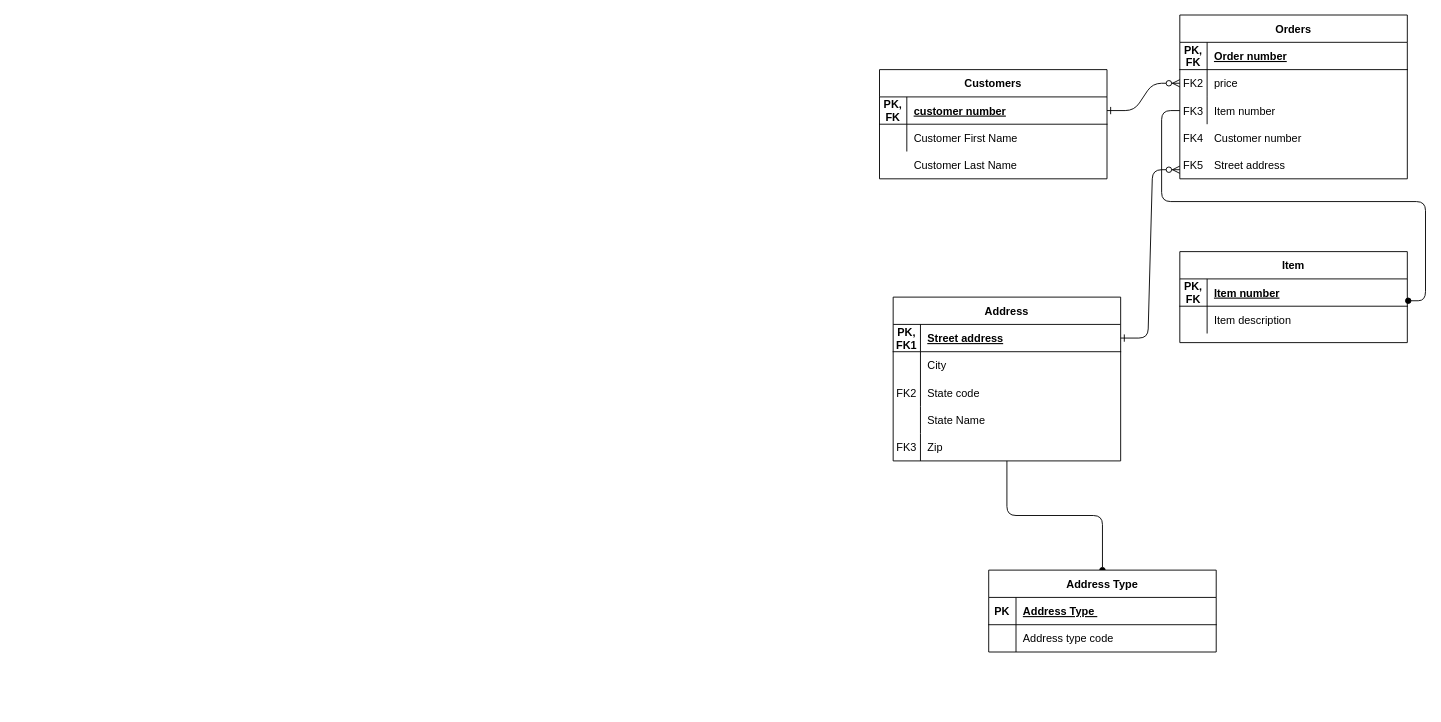
Earlier version of the draw.io diagram Untitled Diagram.drawio (xyangwu22/msba2). Source tidied: cells renumbered, new cells numbered last; positions are measured from the earlier drawing's top-left corner, leaving out a move shared by most shapes. Both pictures are drawn from the tidied source at 91%, with x=0, y=0 at pixel (879, 15).
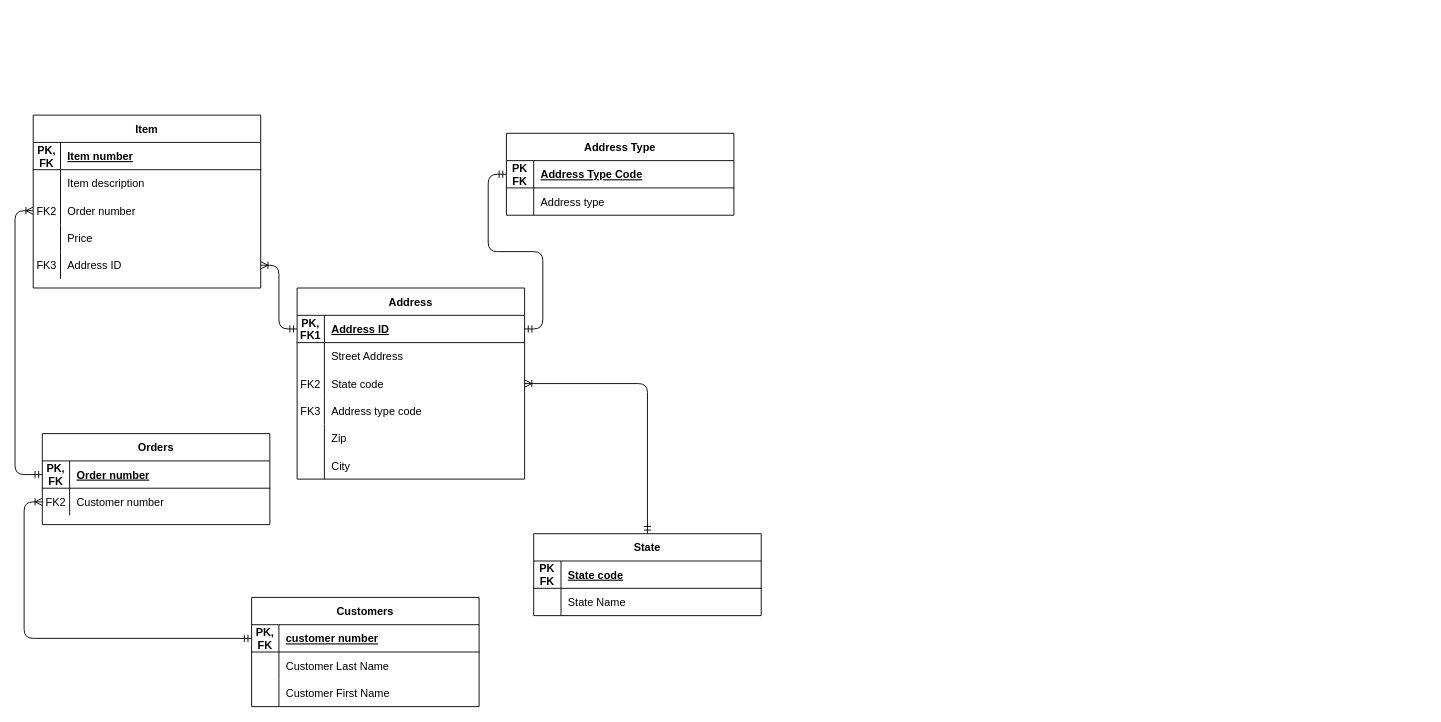
The same page after the edit.

Unchanged cells that the change refers to:
```xml
<mxCell id="4" style="shape=partialRectangle;fillColor=none;points=[[0,0.5],[1,0.5]];portConstraint=eastwest;top=0;left=0;right=0;bottom=1;" parent="3" vertex="1">
  <mxGeometry y="30" width="250" height="30" as="geometry" />
</mxCell>
<mxCell id="15" style="shape=partialRectangle;fillColor=none;points=[[0,0.5],[1,0.5]];portConstraint=eastwest;top=0;left=0;right=0;bottom=1;" parent="14" vertex="1">
  <mxGeometry y="30" width="250" height="30" as="geometry" />
</mxCell>
<mxCell id="18" style="shape=partialRectangle;fillColor=none;top=0;left=0;right=0;bottom=0;" parent="14" vertex="1">
  <mxGeometry y="60" width="250" height="30" as="geometry" />
</mxCell>
<mxCell id="21" style="shape=partialRectangle;fillColor=none;points=[[0,0.5],[1,0.5]];portConstraint=eastwest;top=0;left=0;right=0;bottom=0;" parent="14" vertex="1">
  <mxGeometry y="90" width="250" height="30" as="geometry" />
</mxCell>
<mxCell id="24" style="shape=partialRectangle;fillColor=none;top=0;left=0;right=0;bottom=0;" parent="14" vertex="1">
  <mxGeometry y="120" width="250" height="30" as="geometry" />
</mxCell>
<mxCell id="27" style="shape=partialRectangle;fillColor=none;top=0;left=0;right=0;bottom=0;" parent="14" vertex="1">
  <mxGeometry y="150" width="250" height="30" as="geometry" />
</mxCell>
<mxCell id="31" style="shape=partialRectangle;fillColor=none;points=[[0,0.5],[1,0.5]];portConstraint=eastwest;top=0;left=0;right=0;bottom=1;" parent="30" vertex="1">
  <mxGeometry y="30" width="250" height="30" as="geometry" />
</mxCell>
<mxCell id="34" style="shape=partialRectangle;fillColor=none;top=0;left=0;right=0;bottom=0;" parent="30" vertex="1">
  <mxGeometry y="60" width="250" height="30" as="geometry" />
</mxCell>
<mxCell id="44" style="shape=partialRectangle;fillColor=none;points=[[0,0.5],[1,0.5]];portConstraint=eastwest;top=0;left=0;right=0;bottom=1;" parent="43" vertex="1">
  <mxGeometry y="30" width="250" height="30" as="geometry" />
</mxCell>
<mxCell id="47" style="shape=partialRectangle;fillColor=none;top=0;left=0;right=0;bottom=0;" parent="43" vertex="1">
  <mxGeometry y="60" width="250" height="30" as="geometry" />
</mxCell>
<mxCell id="51" style="shape=partialRectangle;fillColor=none;points=[[0,0.5],[1,0.5]];portConstraint=eastwest;top=0;left=0;right=0;bottom=1;" parent="50" vertex="1">
  <mxGeometry y="30" width="250" height="30" as="geometry" />
</mxCell>
```

Change to the diagram source:
```diff
@@
-    <mxCell id="2" style="edgeStyle=entityRelationEdgeStyle;endArrow=ERzeroToMany;startArrow=ERone;endFill=1;startFill=0;" parent="1" edge="1" source="31" target="7">
-      <mxGeometry relative="1" as="geometry" />
-    </mxCell>
     <mxCell id="3" value="Orders" style="shape=table;startSize=30;childLayout=tableLayout;rowLines=0;fontStyle=1;align=center;" parent="1" vertex="1">
-      <mxGeometry x="330" width="250" height="180" as="geometry" />
+      <mxGeometry x="-920" y="460" width="250" height="100" as="geometry" />
     </mxCell>
@@
-    <mxCell id="7" style="shape=partialRectangle;fillColor=none;points=[[0,0.5],[1,0.5]];portConstraint=eastwest;top=0;left=0;right=0;bottom=0;" parent="3" vertex="1">
-      <mxGeometry y="60" width="250" height="30" as="geometry" />
-    </mxCell>
-    <mxCell id="8" value="FK2" style="shape=partialRectangle;overflow=hidden;fillColor=none;top=0;left=0;bottom=0;right=0;" parent="7" vertex="1">
-      <mxGeometry width="30" height="30" as="geometry" />
-    </mxCell>
-    <mxCell id="9" value="price" style="shape=partialRectangle;overflow=hidden;fillColor=none;top=0;left=0;bottom=0;right=0;align=left;spacingLeft=6;" parent="7" vertex="1">
-      <mxGeometry x="30" width="220" height="30" as="geometry" />
-    </mxCell>
     <mxCell id="10" style="shape=partialRectangle;fillColor=none;points=[[0,0.5],[1,0.5]];portConstraint=eastwest;top=0;left=0;right=0;bottom=0;" parent="3" vertex="1">
-      <mxGeometry y="90" width="250" height="30" as="geometry" />
+      <mxGeometry y="60" width="250" height="30" as="geometry" />
     </mxCell>
-    <mxCell id="11" value="FK3" style="shape=partialRectangle;overflow=hidden;fillColor=none;top=0;left=0;bottom=0;right=0;" parent="10" vertex="1">
+    <mxCell id="11" value="FK2" style="shape=partialRectangle;overflow=hidden;fillColor=none;top=0;left=0;bottom=0;right=0;" parent="10" vertex="1">
       <mxGeometry width="30" height="30" as="geometry" />
     </mxCell>
-    <mxCell id="12" value="Item number" style="shape=partialRectangle;overflow=hidden;fillColor=none;top=0;left=0;bottom=0;right=0;align=left;spacingLeft=6;" parent="10" vertex="1">
+    <mxCell id="12" value="Customer number" style="shape=partialRectangle;overflow=hidden;fillColor=none;top=0;left=0;bottom=0;right=0;align=left;spacingLeft=6;" parent="10" vertex="1">
       <mxGeometry x="30" width="220" height="30" as="geometry" />
     </mxCell>
-    <mxCell id="13" style="edgeStyle=orthogonalEdgeStyle;rounded=1;sketch=0;jettySize=auto;html=1;endArrow=oval;endFill=1;" parent="1" edge="1" source="14" target="43">
-      <mxGeometry relative="1" as="geometry" />
-    </mxCell>
     <mxCell id="14" value="Address" style="shape=table;startSize=30;childLayout=tableLayout;rowLines=0;fontStyle=1;align=center;" parent="1" vertex="1">
-      <mxGeometry x="15" y="310" width="250" height="180" as="geometry" />
+      <mxGeometry x="-640" y="300" width="250" height="210" as="geometry" />
     </mxCell>
@@
-    <mxCell id="17" value="Street address" style="shape=partialRectangle;overflow=hidden;fillColor=none;top=0;left=0;bottom=0;right=0;align=left;spacingLeft=6;fontStyle=5;" parent="15" vertex="1">
+    <mxCell id="17" value="Address ID" style="shape=partialRectangle;overflow=hidden;fillColor=none;top=0;left=0;bottom=0;right=0;align=left;spacingLeft=6;fontStyle=5;" parent="15" vertex="1">
       <mxGeometry x="30" width="220" height="30" as="geometry" />
     </mxCell>
@@
-    <mxCell id="20" value="City" style="shape=partialRectangle;overflow=hidden;fillColor=none;top=0;left=0;bottom=0;right=0;align=left;spacingLeft=6;" parent="18" vertex="1">
+    <mxCell id="20" value="Street Address" style="shape=partialRectangle;overflow=hidden;fillColor=none;top=0;left=0;bottom=0;right=0;align=left;spacingLeft=6;" parent="18" vertex="1">
       <mxGeometry x="30" width="220" height="30" as="geometry" />
     </mxCell>
@@
-    <mxCell id="25" style="shape=partialRectangle;overflow=hidden;fillColor=none;top=0;left=0;bottom=0;right=0;" parent="24" vertex="1">
+    <mxCell id="25" value="FK3" style="shape=partialRectangle;overflow=hidden;fillColor=none;top=0;left=0;bottom=0;right=0;" parent="24" vertex="1">
       <mxGeometry width="30" height="30" as="geometry" />
     </mxCell>
-    <mxCell id="26" value="State Name" style="shape=partialRectangle;overflow=hidden;fillColor=none;top=0;left=0;bottom=0;right=0;align=left;spacingLeft=6;" parent="24" vertex="1">
+    <mxCell id="26" value="Address type code" style="shape=partialRectangle;overflow=hidden;fillColor=none;top=0;left=0;bottom=0;right=0;align=left;spacingLeft=6;" parent="24" vertex="1">
       <mxGeometry x="30" width="220" height="30" as="geometry" />
     </mxCell>
@@
-    <mxCell id="28" value="FK3" style="shape=partialRectangle;overflow=hidden;fillColor=none;top=0;left=0;bottom=0;right=0;" parent="27" vertex="1">
+    <mxCell id="28" style="shape=partialRectangle;overflow=hidden;fillColor=none;top=0;left=0;bottom=0;right=0;" parent="27" vertex="1">
       <mxGeometry width="30" height="30" as="geometry" />
     </mxCell>
@@
+    <mxCell id="58" style="shape=partialRectangle;fillColor=none;top=0;left=0;right=0;bottom=0;" parent="14" vertex="1">
+      <mxGeometry y="180" width="250" height="30" as="geometry" />
+    </mxCell>
+    <mxCell id="59" style="shape=partialRectangle;overflow=hidden;fillColor=none;top=0;left=0;bottom=0;right=0;" parent="58" vertex="1">
+      <mxGeometry width="30" height="30" as="geometry" />
+    </mxCell>
+    <mxCell id="60" value="City" style="shape=partialRectangle;overflow=hidden;fillColor=none;top=0;left=0;bottom=0;right=0;align=left;spacingLeft=6;" parent="58" vertex="1">
+      <mxGeometry x="30" width="220" height="30" as="geometry" />
+    </mxCell>
     <mxCell id="30" value="Customers" style="shape=table;startSize=30;childLayout=tableLayout;rowLines=0;fontStyle=1;align=center;" parent="1" vertex="1">
-      <mxGeometry y="60" width="250" height="120" as="geometry" />
+      <mxGeometry x="-690" y="640" width="250" height="120" as="geometry" />
     </mxCell>
@@
-    <mxCell id="36" value="Customer First Name" style="shape=partialRectangle;overflow=hidden;fillColor=none;top=0;left=0;bottom=0;right=0;align=left;spacingLeft=6;" parent="34" vertex="1">
+    <mxCell id="36" value="Customer Last Name" style="shape=partialRectangle;overflow=hidden;fillColor=none;top=0;left=0;bottom=0;right=0;align=left;spacingLeft=6;" parent="34" vertex="1">
       <mxGeometry x="30" width="220" height="30" as="geometry" />
     </mxCell>
-    <mxCell id="37" value="Customer Last Name" style="shape=partialRectangle;overflow=hidden;fillColor=none;top=0;left=0;bottom=0;right=0;align=left;spacingLeft=6;" parent="1" vertex="1">
-      <mxGeometry x="30" y="150" width="220" height="30" as="geometry" />
-    </mxCell>
-    <mxCell id="38" value="Customer number" style="shape=partialRectangle;overflow=hidden;fillColor=none;top=0;left=0;bottom=0;right=0;align=left;spacingLeft=6;" parent="1" vertex="1">
-      <mxGeometry x="360" y="120" width="220" height="30" as="geometry" />
-    </mxCell>
-    <mxCell id="39" value="Street address" style="shape=partialRectangle;overflow=hidden;fillColor=none;top=0;left=0;bottom=0;right=0;align=left;spacingLeft=6;" parent="1" vertex="1">
-      <mxGeometry x="360" y="150" width="220" height="30" as="geometry" />
-    </mxCell>
-    <mxCell id="40" value="FK4" style="shape=partialRectangle;overflow=hidden;fillColor=none;top=0;left=0;bottom=0;right=0;" parent="1" vertex="1">
-      <mxGeometry x="330" y="120" width="30" height="30" as="geometry" />
-    </mxCell>
-    <mxCell id="41" style="edgeStyle=entityRelationEdgeStyle;endArrow=ERzeroToMany;startArrow=ERone;endFill=1;startFill=0;exitX=1;exitY=0.5;exitDx=0;exitDy=0;" parent="1" edge="1" source="15">
-      <mxGeometry relative="1" as="geometry">
-        <mxPoint x="330" y="170" as="targetPoint" />
-      </mxGeometry>
-    </mxCell>
-    <mxCell id="42" value="FK5" style="shape=partialRectangle;overflow=hidden;fillColor=none;top=0;left=0;bottom=0;right=0;" parent="1" vertex="1">
-      <mxGeometry x="330" y="150" width="30" height="30" as="geometry" />
-    </mxCell>
+    <mxCell id="61" style="shape=partialRectangle;fillColor=none;top=0;left=0;right=0;bottom=0;" parent="30" vertex="1">
+      <mxGeometry y="90" width="250" height="30" as="geometry" />
+    </mxCell>
+    <mxCell id="62" style="shape=partialRectangle;overflow=hidden;fillColor=none;top=0;left=0;bottom=0;right=0;" parent="61" vertex="1">
+      <mxGeometry width="30" height="30" as="geometry" />
+    </mxCell>
+    <mxCell id="63" value="Customer First Name" style="shape=partialRectangle;overflow=hidden;fillColor=none;top=0;left=0;bottom=0;right=0;align=left;spacingLeft=6;" parent="61" vertex="1">
+      <mxGeometry x="30" width="220" height="30" as="geometry" />
+    </mxCell>
     <mxCell id="43" value="Address Type" style="shape=table;startSize=30;childLayout=tableLayout;rowLines=0;fontStyle=1;align=center;" parent="1" vertex="1">
-      <mxGeometry x="120" y="610" width="250" height="90" as="geometry" />
+      <mxGeometry x="-410" y="130" width="250" height="90" as="geometry" />
     </mxCell>
@@
-    <mxCell id="45" value="PK" style="shape=partialRectangle;overflow=hidden;fillColor=none;top=0;left=0;bottom=0;right=0;fontStyle=1;" parent="44" vertex="1">
+    <mxCell id="45" value="PK&#10;FK" style="shape=partialRectangle;overflow=hidden;fillColor=none;top=0;left=0;bottom=0;right=0;fontStyle=1;" parent="44" vertex="1">
       <mxGeometry width="30" height="30" as="geometry" />
     </mxCell>
-    <mxCell id="46" value="Address Type " style="shape=partialRectangle;overflow=hidden;fillColor=none;top=0;left=0;bottom=0;right=0;align=left;spacingLeft=6;fontStyle=5;" parent="44" vertex="1">
+    <mxCell id="46" value="Address Type Code" style="shape=partialRectangle;overflow=hidden;fillColor=none;top=0;left=0;bottom=0;right=0;align=left;spacingLeft=6;fontStyle=5;" parent="44" vertex="1">
       <mxGeometry x="30" width="220" height="30" as="geometry" />
     </mxCell>
@@
-    <mxCell id="49" value="Address type code" style="shape=partialRectangle;overflow=hidden;fillColor=none;top=0;left=0;bottom=0;right=0;align=left;spacingLeft=6;" parent="47" vertex="1">
+    <mxCell id="49" value="Address type" style="shape=partialRectangle;overflow=hidden;fillColor=none;top=0;left=0;bottom=0;right=0;align=left;spacingLeft=6;" parent="47" vertex="1">
       <mxGeometry x="30" width="220" height="30" as="geometry" />
     </mxCell>
     <mxCell id="50" value="Item" style="shape=table;startSize=30;childLayout=tableLayout;rowLines=0;fontStyle=1;align=center;swimlaneFillColor=#ffffff;" parent="1" vertex="1">
-      <mxGeometry x="330" y="260" width="250" height="100" as="geometry" />
+      <mxGeometry x="-930" y="110" width="250" height="190" as="geometry" />
     </mxCell>
@@
-    <mxCell id="57" style="edgeStyle=orthogonalEdgeStyle;rounded=1;sketch=0;jettySize=auto;html=1;entryX=1.004;entryY=0.8;entryDx=0;entryDy=0;entryPerimeter=0;endArrow=oval;endFill=1;" parent="1" edge="1" source="10" target="51">
-      <mxGeometry relative="1" as="geometry" />
-    </mxCell>
+    <mxCell id="64" style="shape=partialRectangle;fillColor=none;points=[[0,0.5],[1,0.5]];portConstraint=eastwest;top=0;left=0;right=0;bottom=0;" parent="50" vertex="1">
+      <mxGeometry y="90" width="250" height="30" as="geometry" />
+    </mxCell>
+    <mxCell id="8" value="FK2" style="shape=partialRectangle;overflow=hidden;fillColor=none;top=0;left=0;bottom=0;right=0;" parent="64" vertex="1">
+      <mxGeometry width="30" height="30" as="geometry" />
+    </mxCell>
+    <mxCell id="65" value="Order number" style="shape=partialRectangle;overflow=hidden;fillColor=none;top=0;left=0;bottom=0;right=0;align=left;spacingLeft=6;" parent="64" vertex="1">
+      <mxGeometry x="30" width="220" height="30" as="geometry" />
+    </mxCell>
+    <mxCell id="66" style="shape=partialRectangle;fillColor=none;top=0;left=0;right=0;bottom=0;" parent="50" vertex="1">
+      <mxGeometry y="120" width="250" height="30" as="geometry" />
+    </mxCell>
+    <mxCell id="67" style="shape=partialRectangle;overflow=hidden;fillColor=none;top=0;left=0;bottom=0;right=0;" parent="66" vertex="1">
+      <mxGeometry width="30" height="30" as="geometry" />
+    </mxCell>
+    <mxCell id="68" value="Price" style="shape=partialRectangle;overflow=hidden;fillColor=none;top=0;left=0;bottom=0;right=0;align=left;spacingLeft=6;" parent="66" vertex="1">
+      <mxGeometry x="30" width="220" height="30" as="geometry" />
+    </mxCell>
+    <mxCell id="69" style="shape=partialRectangle;fillColor=none;points=[[0,0.5],[1,0.5]];portConstraint=eastwest;top=0;left=0;right=0;bottom=0;" parent="50" vertex="1">
+      <mxGeometry y="150" width="250" height="30" as="geometry" />
+    </mxCell>
+    <mxCell id="70" value="FK3" style="shape=partialRectangle;overflow=hidden;fillColor=none;top=0;left=0;bottom=0;right=0;" parent="69" vertex="1">
+      <mxGeometry width="30" height="30" as="geometry" />
+    </mxCell>
+    <mxCell id="71" value="Address ID" style="shape=partialRectangle;overflow=hidden;fillColor=none;top=0;left=0;bottom=0;right=0;align=left;spacingLeft=6;" parent="69" vertex="1">
+      <mxGeometry x="30" width="220" height="30" as="geometry" />
+    </mxCell>
+    <mxCell id="72" style="edgeStyle=orthogonalEdgeStyle;rounded=1;sketch=0;jettySize=auto;html=1;startArrow=ERmandOne;startFill=0;endArrow=ERoneToMany;endFill=0;entryX=1;entryY=0.5;entryDx=0;entryDy=0;" parent="1" edge="1" source="73" target="21">
+      <mxGeometry relative="1" as="geometry" />
+    </mxCell>
+    <mxCell id="73" value="State" style="shape=table;startSize=30;childLayout=tableLayout;rowLines=0;fontStyle=1;align=center;" parent="1" vertex="1">
+      <mxGeometry x="-380" y="570" width="250" height="90" as="geometry" />
+    </mxCell>
+    <mxCell id="74" style="shape=partialRectangle;fillColor=none;top=0;left=0;right=0;bottom=1;" parent="73" vertex="1">
+      <mxGeometry y="30" width="250" height="30" as="geometry" />
+    </mxCell>
+    <mxCell id="75" value="PK&#10;FK" style="shape=partialRectangle;overflow=hidden;fillColor=none;top=0;left=0;bottom=0;right=0;fontStyle=1;" parent="74" vertex="1">
+      <mxGeometry width="30" height="30" as="geometry" />
+    </mxCell>
+    <mxCell id="76" value="State code" style="shape=partialRectangle;overflow=hidden;fillColor=none;top=0;left=0;bottom=0;right=0;align=left;spacingLeft=6;fontStyle=5;" parent="74" vertex="1">
+      <mxGeometry x="30" width="220" height="30" as="geometry" />
+    </mxCell>
+    <mxCell id="7" style="shape=partialRectangle;fillColor=none;points=[[0,0.5],[1,0.5]];portConstraint=eastwest;top=0;left=0;right=0;bottom=0;" parent="73" vertex="1">
+      <mxGeometry y="60" width="250" height="30" as="geometry" />
+    </mxCell>
+    <mxCell id="77" style="shape=partialRectangle;overflow=hidden;fillColor=none;top=0;left=0;bottom=0;right=0;" parent="7" vertex="1">
+      <mxGeometry width="30" height="30" as="geometry" />
+    </mxCell>
+    <mxCell id="78" value="State Name" style="shape=partialRectangle;overflow=hidden;fillColor=none;top=0;left=0;bottom=0;right=0;align=left;spacingLeft=6;" parent="7" vertex="1">
+      <mxGeometry x="30" width="220" height="30" as="geometry" />
+    </mxCell>
+    <mxCell id="79" style="edgeStyle=orthogonalEdgeStyle;rounded=1;sketch=0;jettySize=auto;html=1;endArrow=ERmandOne;endFill=0;entryX=0;entryY=0.5;entryDx=0;entryDy=0;startArrow=ERmandOne;startFill=0;" parent="1" edge="1" source="15" target="44">
+      <mxGeometry relative="1" as="geometry" />
+    </mxCell>
+    <mxCell id="80" style="edgeStyle=orthogonalEdgeStyle;rounded=1;sketch=0;jettySize=auto;html=1;startArrow=ERoneToMany;startFill=0;endArrow=ERmandOne;endFill=0;entryX=0;entryY=0.5;entryDx=0;entryDy=0;exitX=1;exitY=0.5;exitDx=0;exitDy=0;" parent="1" edge="1" source="69" target="15">
+      <mxGeometry relative="1" as="geometry" />
+    </mxCell>
+    <mxCell id="81" style="edgeStyle=orthogonalEdgeStyle;rounded=1;sketch=0;jettySize=auto;html=1;exitX=0;exitY=0.5;exitDx=0;exitDy=0;entryX=0;entryY=0.5;entryDx=0;entryDy=0;startArrow=ERoneToMany;startFill=0;endArrow=ERmandOne;endFill=0;" parent="1" edge="1" source="64" target="4">
+      <mxGeometry relative="1" as="geometry" />
+    </mxCell>
+    <mxCell id="82" style="edgeStyle=orthogonalEdgeStyle;rounded=1;sketch=0;jettySize=auto;html=1;exitX=0;exitY=0.5;exitDx=0;exitDy=0;entryX=0;entryY=0.5;entryDx=0;entryDy=0;startArrow=ERoneToMany;startFill=0;endArrow=ERmandOne;endFill=0;" parent="1" edge="1" source="10" target="31">
+      <mxGeometry relative="1" as="geometry" />
+    </mxCell>
```
